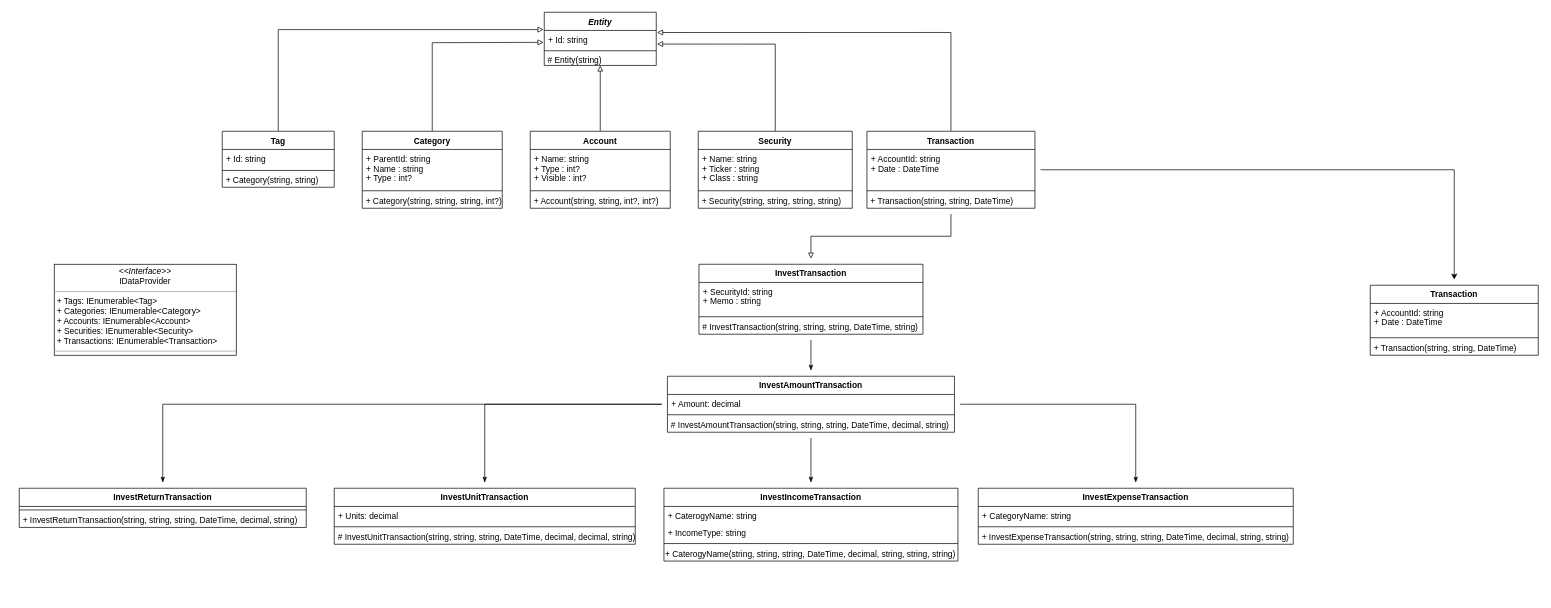
Above: Untitled Diagram.drawio in KovalevichArtjom/rovensys (draw.io), before the change. Source tidied: cells renumbered, new cells numbered last; positions are measured from the earlier drawing's top-left corner, leaving out a move shared by most shapes. Both pictures are drawn from the tidied source at 70%, with x=0, y=0 at pixel (19, 12).
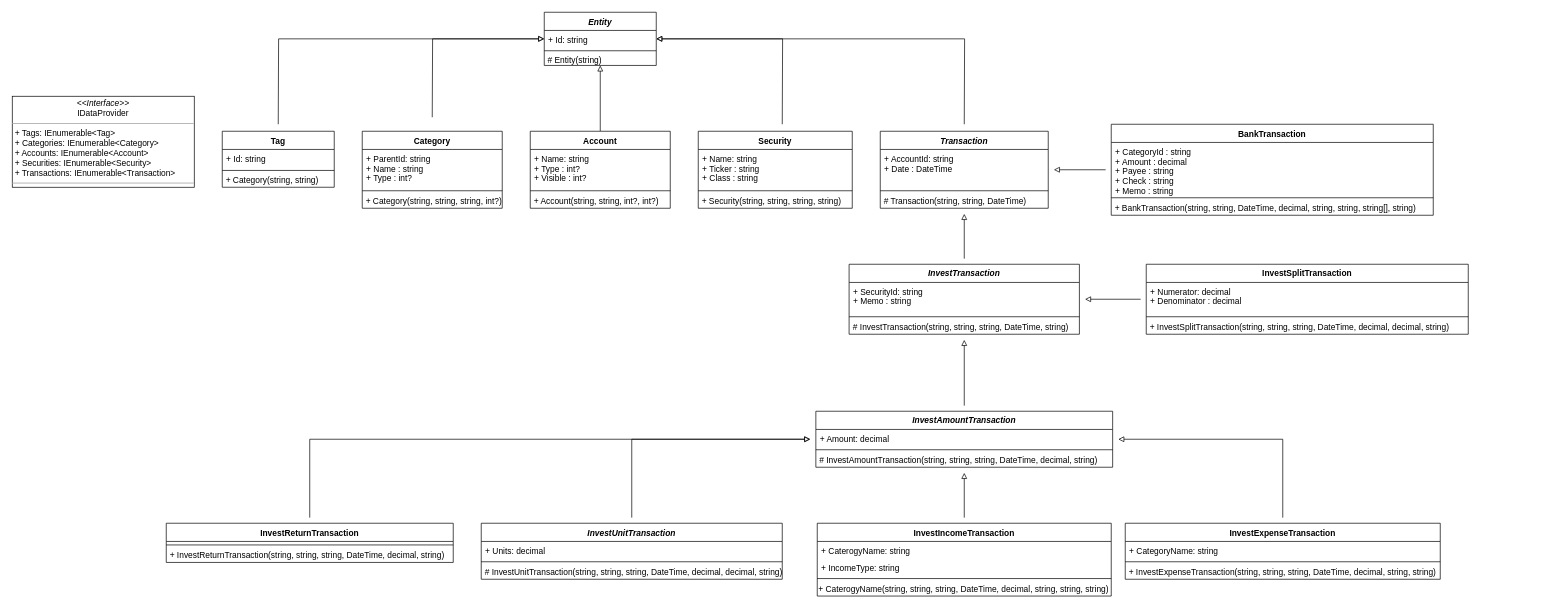
The same page after the edit.

Unchanged cells that the change refers to:
```xml
<mxCell id="8" value="+ Id: string" style="text;strokeColor=none;fillColor=none;align=left;verticalAlign=top;spacingLeft=4;spacingRight=4;overflow=hidden;points=[[0,0.5],[1,0.5]];portConstraint=eastwest;" parent="7" vertex="1">
  <mxGeometry y="26" width="160" height="24" as="geometry" />
</mxCell>
<mxCell id="11" value="Tag" style="swimlane;fontStyle=1;align=center;verticalAlign=top;horizontal=1;startSize=26;" parent="1" vertex="1">
  <mxGeometry x="290" y="170" width="160" height="80" as="geometry" />
</mxCell>
<mxCell id="15" value="Category" style="swimlane;fontStyle=1;align=center;verticalAlign=top;horizontal=1;startSize=26;" parent="1" vertex="1">
  <mxGeometry x="490" y="170" width="200" height="110" as="geometry" />
</mxCell>
<mxCell id="23" value="Security" style="swimlane;fontStyle=1;align=center;verticalAlign=top;horizontal=1;startSize=26;" parent="1" vertex="1">
  <mxGeometry x="970" y="170" width="220" height="110" as="geometry" />
</mxCell>
```

The edit, as a diff of the source:
```diff
@@
-    <mxCell id="2" style="edgeStyle=orthogonalEdgeStyle;rounded=0;jettySize=auto;html=1;endArrow=none;endFill=0;startArrow=block;startFill=0;exitX=-0.006;exitY=-0.05;exitDx=0;exitDy=0;exitPerimeter=0;" parent="1" edge="1" source="8" target="11">
-      <mxGeometry relative="1" as="geometry" />
-    </mxCell>
-    <mxCell id="3" style="edgeStyle=orthogonalEdgeStyle;rounded=0;jettySize=auto;html=1;endArrow=none;endFill=0;startArrow=block;startFill=0;" parent="1" edge="1" target="15">
-      <mxGeometry relative="1" as="geometry">
-        <mxPoint x="749" y="43" as="sourcePoint" />
-      </mxGeometry>
-    </mxCell>
@@
-    <mxCell id="5" style="edgeStyle=orthogonalEdgeStyle;rounded=0;jettySize=auto;html=1;entryX=0.5;entryY=0;entryDx=0;entryDy=0;exitX=1.007;exitY=0.812;exitDx=0;exitDy=0;exitPerimeter=0;endArrow=none;endFill=0;startArrow=block;startFill=0;" parent="1" edge="1" source="8" target="23">
-      <mxGeometry relative="1" as="geometry" />
-    </mxCell>
-    <mxCell id="6" style="edgeStyle=orthogonalEdgeStyle;rounded=0;jettySize=auto;html=1;entryX=0.5;entryY=0;entryDx=0;entryDy=0;exitX=1.007;exitY=0.122;exitDx=0;exitDy=0;exitPerimeter=0;endArrow=none;endFill=0;startArrow=block;startFill=0;" parent="1" edge="1" source="8" target="29">
-      <mxGeometry relative="1" as="geometry" />
-    </mxCell>
@@
-    <mxCell id="27" style="edgeStyle=orthogonalEdgeStyle;jettySize=auto;html=1;endArrow=block;sourcePerimeterSpacing=8;targetPerimeterSpacing=8;endFill=0;rounded=0;" parent="1" edge="1" source="29" target="35">
+    <mxCell id="27" style="edgeStyle=orthogonalEdgeStyle;jettySize=auto;html=1;endArrow=none;sourcePerimeterSpacing=8;targetPerimeterSpacing=8;endFill=0;rounded=0;startArrow=block;startFill=0;" parent="1" edge="1" source="29" target="35">
       <mxGeometry relative="1" as="geometry" />
     </mxCell>
-    <mxCell id="28" style="edgeStyle=orthogonalEdgeStyle;jettySize=auto;html=1;endArrow=classic;sourcePerimeterSpacing=8;targetPerimeterSpacing=8;endFill=1;strokeWidth=1;rounded=0;" parent="1" edge="1" source="29" target="39">
+    <mxCell id="28" style="edgeStyle=orthogonalEdgeStyle;jettySize=auto;html=1;endArrow=none;sourcePerimeterSpacing=8;targetPerimeterSpacing=8;endFill=0;strokeWidth=1;rounded=0;startArrow=block;startFill=0;" parent="1" edge="1" source="29" target="39">
       <mxGeometry relative="1" as="geometry" />
     </mxCell>
-    <mxCell id="29" value="Transaction" style="swimlane;fontStyle=1;align=center;verticalAlign=top;horizontal=1;startSize=26;" parent="1" vertex="1">
-      <mxGeometry x="1211" y="170" width="240" height="110" as="geometry" />
+    <mxCell id="29" value="Transaction" style="swimlane;fontStyle=3;align=center;verticalAlign=top;horizontal=1;startSize=26;" parent="1" vertex="1">
+      <mxGeometry x="1230" y="170" width="240" height="110" as="geometry" />
     </mxCell>
@@
-    <mxCell id="32" value="&lt;div align=&quot;left&quot;&gt;&amp;nbsp;+ Transaction(string, string, DateTime)&lt;/div&gt;" style="text;html=1;align=left;verticalAlign=middle;strokeColor=none;fillColor=none;" parent="29" vertex="1">
+    <mxCell id="32" value="&lt;div align=&quot;left&quot;&gt;&amp;nbsp;# Transaction(string, string, DateTime)&lt;/div&gt;" style="text;html=1;align=left;verticalAlign=middle;strokeColor=none;fillColor=none;" parent="29" vertex="1">
       <mxGeometry y="90" width="240" height="20" as="geometry" />
     </mxCell>
     <mxCell id="33" value="&lt;p style=&quot;margin: 0px ; margin-top: 4px ; text-align: center&quot;&gt;&lt;i&gt;&amp;lt;&amp;lt;Interface&amp;gt;&amp;gt;&lt;/i&gt;&lt;br&gt;IDataProvider&lt;/p&gt;&lt;hr size=&quot;1&quot;&gt;&lt;p style=&quot;margin: 0px ; margin-left: 4px&quot;&gt;+ Tags: IEnumerable&amp;lt;Tag&amp;gt;&lt;br&gt;+ Categories: IEnumerable&amp;lt;Category&amp;gt;&lt;br&gt;+ Accounts: IEnumerable&amp;lt;Account&amp;gt;&lt;br&gt;+ Securities: IEnumerable&amp;lt;Security&amp;gt;&lt;br&gt;+ Transactions: IEnumerable&amp;lt;Transaction&amp;gt;&lt;/p&gt;&lt;hr size=&quot;1&quot;&gt;" style="verticalAlign=top;align=left;overflow=fill;fontSize=12;fontFamily=Helvetica;html=1;hachureGap=4;" parent="1" vertex="1">
-      <mxGeometry x="50" y="360" width="260" height="130" as="geometry" />
+      <mxGeometry x="-10" y="120" width="260" height="130" as="geometry" />
     </mxCell>
-    <mxCell id="34" style="edgeStyle=orthogonalEdgeStyle;rounded=0;jettySize=auto;html=1;endArrow=classicThin;endFill=1;sourcePerimeterSpacing=8;targetPerimeterSpacing=8;strokeWidth=1;" parent="1" edge="1" source="35" target="47">
+    <mxCell id="34" style="edgeStyle=orthogonalEdgeStyle;rounded=0;jettySize=auto;html=1;endArrow=none;endFill=0;sourcePerimeterSpacing=8;targetPerimeterSpacing=8;strokeWidth=1;startArrow=block;startFill=0;" parent="1" edge="1" source="35" target="47">
       <mxGeometry relative="1" as="geometry" />
     </mxCell>
+    <mxCell id="67" style="edgeStyle=orthogonalEdgeStyle;rounded=0;jettySize=auto;html=1;startArrow=block;startFill=0;endArrow=none;endFill=0;sourcePerimeterSpacing=8;targetPerimeterSpacing=8;strokeWidth=1;" parent="1" edge="1" source="35" target="68">
+      <mxGeometry relative="1" as="geometry" />
+    </mxCell>
-    <mxCell id="35" value="InvestTransaction" style="swimlane;fontStyle=1;align=center;verticalAlign=top;horizontal=1;startSize=26;" parent="1" vertex="1">
-      <mxGeometry x="971" y="360" width="320" height="100" as="geometry" />
+    <mxCell id="35" value="InvestTransaction" style="swimlane;fontStyle=3;align=center;verticalAlign=top;horizontal=1;startSize=26;" parent="1" vertex="1">
+      <mxGeometry x="1185.5" y="360" width="329" height="100" as="geometry" />
     </mxCell>
     <mxCell id="36" value="+ SecurityId: string&#10;+ Memo : string" style="text;strokeColor=none;fillColor=none;align=left;verticalAlign=top;spacingLeft=4;spacingRight=4;overflow=hidden;" parent="35" vertex="1">
-      <mxGeometry y="26" width="320" height="44" as="geometry" />
+      <mxGeometry y="26" width="329" height="44" as="geometry" />
     </mxCell>
     <mxCell id="37" style="line;strokeWidth=1;fillColor=none;align=left;verticalAlign=middle;spacingTop=-1;spacingLeft=3;spacingRight=3;labelPosition=right;" parent="35" vertex="1">
-      <mxGeometry y="70" width="320" height="10" as="geometry" />
+      <mxGeometry y="70" width="329" height="10" as="geometry" />
     </mxCell>
     <mxCell id="38" value="&lt;div align=&quot;left&quot;&gt;&amp;nbsp;# InvestTransaction(string, string, string, DateTime, string)&lt;/div&gt;" style="text;html=1;align=left;verticalAlign=middle;strokeColor=none;fillColor=none;" parent="35" vertex="1">
-      <mxGeometry y="80" width="320" height="20" as="geometry" />
+      <mxGeometry y="80" width="329" height="20" as="geometry" />
     </mxCell>
-    <mxCell id="39" value="Transaction" style="swimlane;fontStyle=1;align=center;verticalAlign=top;horizontal=1;startSize=26;" parent="1" vertex="1">
-      <mxGeometry x="1930" y="390" width="240" height="100" as="geometry" />
+    <mxCell id="39" value="BankTransaction" style="swimlane;fontStyle=1;align=center;verticalAlign=top;horizontal=1;startSize=26;" parent="1" vertex="1">
+      <mxGeometry x="1560" y="160" width="460" height="130" as="geometry" />
     </mxCell>
-    <mxCell id="40" value="+ AccountId: string&#10;+ Date : DateTime" style="text;strokeColor=none;fillColor=none;align=left;verticalAlign=top;spacingLeft=4;spacingRight=4;overflow=hidden;" parent="39" vertex="1">
-      <mxGeometry y="26" width="240" height="44" as="geometry" />
+    <mxCell id="40" value="+ CategoryId : string&#10;+ Amount : decimal&#10;+ Payee : string&#10;+ Check : string&#10;+ Memo : string&#10;" style="text;strokeColor=none;fillColor=none;align=left;verticalAlign=top;spacingLeft=4;spacingRight=4;overflow=hidden;" parent="39" vertex="1">
+      <mxGeometry y="26" width="460" height="74" as="geometry" />
     </mxCell>
     <mxCell id="41" style="line;strokeWidth=1;fillColor=none;align=left;verticalAlign=middle;spacingTop=-1;spacingLeft=3;spacingRight=3;labelPosition=right;" parent="39" vertex="1">
-      <mxGeometry y="70" width="240" height="10" as="geometry" />
+      <mxGeometry y="100" width="460" height="10" as="geometry" />
     </mxCell>
-    <mxCell id="42" value="&lt;div align=&quot;left&quot;&gt;&amp;nbsp;+ Transaction(string, string, DateTime)&lt;/div&gt;" style="text;html=1;align=left;verticalAlign=middle;strokeColor=none;fillColor=none;" parent="39" vertex="1">
-      <mxGeometry y="80" width="240" height="20" as="geometry" />
+    <mxCell id="42" value="&lt;div align=&quot;left&quot;&gt;&amp;nbsp;+ BankTransaction(string, string, DateTime, decimal, string, string, string[], string)&lt;/div&gt;" style="text;html=1;align=left;verticalAlign=middle;strokeColor=none;fillColor=none;" parent="39" vertex="1">
+      <mxGeometry y="110" width="460" height="20" as="geometry" />
     </mxCell>
-    <mxCell id="43" style="edgeStyle=orthogonalEdgeStyle;rounded=0;jettySize=auto;html=1;endArrow=classicThin;endFill=1;sourcePerimeterSpacing=8;targetPerimeterSpacing=8;strokeWidth=1;" parent="1" edge="1" source="47" target="51">
+    <mxCell id="43" style="edgeStyle=orthogonalEdgeStyle;rounded=0;jettySize=auto;html=1;endArrow=none;endFill=0;sourcePerimeterSpacing=8;targetPerimeterSpacing=8;strokeWidth=1;startArrow=block;startFill=0;" parent="1" edge="1" source="47" target="51">
       <mxGeometry relative="1" as="geometry" />
     </mxCell>
-    <mxCell id="44" style="edgeStyle=orthogonalEdgeStyle;rounded=0;jettySize=auto;html=1;endArrow=classicThin;endFill=1;sourcePerimeterSpacing=8;targetPerimeterSpacing=8;strokeWidth=1;" parent="1" edge="1" source="47" target="55">
+    <mxCell id="44" style="edgeStyle=orthogonalEdgeStyle;rounded=0;jettySize=auto;html=1;endArrow=none;endFill=0;sourcePerimeterSpacing=8;targetPerimeterSpacing=8;strokeWidth=1;startArrow=block;startFill=0;" parent="1" edge="1" source="47" target="55">
       <mxGeometry relative="1" as="geometry" />
     </mxCell>
-    <mxCell id="45" style="edgeStyle=orthogonalEdgeStyle;rounded=0;jettySize=auto;html=1;endArrow=classicThin;endFill=1;sourcePerimeterSpacing=8;targetPerimeterSpacing=8;strokeWidth=1;" parent="1" edge="1" source="47" target="60">
+    <mxCell id="45" style="edgeStyle=orthogonalEdgeStyle;rounded=0;jettySize=auto;html=1;endArrow=none;endFill=0;sourcePerimeterSpacing=8;targetPerimeterSpacing=8;strokeWidth=1;startArrow=block;startFill=0;" parent="1" edge="1" source="47" target="60">
       <mxGeometry relative="1" as="geometry" />
     </mxCell>
-    <mxCell id="46" style="edgeStyle=orthogonalEdgeStyle;rounded=0;jettySize=auto;html=1;endArrow=classicThin;endFill=1;sourcePerimeterSpacing=8;targetPerimeterSpacing=8;strokeWidth=1;" parent="1" edge="1" source="47" target="64">
+    <mxCell id="46" style="edgeStyle=orthogonalEdgeStyle;rounded=0;jettySize=auto;html=1;endArrow=none;endFill=0;sourcePerimeterSpacing=8;targetPerimeterSpacing=8;strokeWidth=1;startArrow=block;startFill=0;" parent="1" edge="1" source="47" target="64">
       <mxGeometry relative="1" as="geometry" />
     </mxCell>
-    <mxCell id="47" value="InvestAmountTransaction" style="swimlane;fontStyle=1;align=center;verticalAlign=top;horizontal=1;startSize=26;" parent="1" vertex="1">
-      <mxGeometry x="926" y="520" width="410" height="80" as="geometry" />
+    <mxCell id="47" value="InvestAmountTransaction" style="swimlane;fontStyle=3;align=center;verticalAlign=top;horizontal=1;startSize=26;" parent="1" vertex="1">
+      <mxGeometry x="1138" y="570" width="424" height="80" as="geometry" />
     </mxCell>
     <mxCell id="48" value="+ Amount: decimal" style="text;strokeColor=none;fillColor=none;align=left;verticalAlign=top;spacingLeft=4;spacingRight=4;overflow=hidden;" parent="47" vertex="1">
-      <mxGeometry y="26" width="410" height="24" as="geometry" />
+      <mxGeometry y="26" width="424" height="24" as="geometry" />
     </mxCell>
     <mxCell id="49" style="line;strokeWidth=1;fillColor=none;align=left;verticalAlign=middle;spacingTop=-1;spacingLeft=3;spacingRight=3;labelPosition=right;" parent="47" vertex="1">
-      <mxGeometry y="50" width="410" height="10" as="geometry" />
+      <mxGeometry y="50" width="424" height="10" as="geometry" />
     </mxCell>
     <mxCell id="50" value="&lt;div align=&quot;left&quot;&gt;&amp;nbsp;# InvestAmountTransaction(string, string, string, DateTime, decimal, string)&lt;/div&gt;" style="text;html=1;align=left;verticalAlign=middle;strokeColor=none;fillColor=none;" parent="47" vertex="1">
-      <mxGeometry y="60" width="410" height="20" as="geometry" />
+      <mxGeometry y="60" width="424" height="20" as="geometry" />
     </mxCell>
-    <mxCell id="51" value="InvestUnitTransaction" style="swimlane;fontStyle=1;align=center;verticalAlign=top;horizontal=1;startSize=26;" parent="1" vertex="1">
-      <mxGeometry x="450" y="680" width="430" height="80" as="geometry" />
+    <mxCell id="51" value="InvestUnitTransaction" style="swimlane;fontStyle=3;align=center;verticalAlign=top;horizontal=1;startSize=26;" parent="1" vertex="1">
+      <mxGeometry x="660" y="730" width="430" height="80" as="geometry" />
     </mxCell>
@@
     <mxCell id="55" value="InvestIncomeTransaction" style="swimlane;fontStyle=1;align=center;verticalAlign=top;horizontal=1;startSize=26;" parent="1" vertex="1">
-      <mxGeometry x="921" y="680" width="420" height="104" as="geometry" />
+      <mxGeometry x="1140" y="730" width="420" height="104" as="geometry" />
     </mxCell>
@@
     <mxCell id="60" value="InvestExpenseTransaction" style="swimlane;fontStyle=1;align=center;verticalAlign=top;horizontal=1;startSize=26;" parent="1" vertex="1">
-      <mxGeometry x="1370" y="680" width="450" height="80" as="geometry" />
+      <mxGeometry x="1580" y="730" width="450" height="80" as="geometry" />
     </mxCell>
@@
     <mxCell id="64" value="InvestReturnTransaction" style="swimlane;fontStyle=1;align=center;verticalAlign=top;horizontal=1;startSize=26;" parent="1" vertex="1">
-      <mxGeometry y="680" width="410" height="56" as="geometry" />
+      <mxGeometry x="210" y="730" width="410" height="56" as="geometry" />
     </mxCell>
@@
+    <mxCell id="68" value="InvestSplitTransaction" style="swimlane;fontStyle=1;align=center;verticalAlign=top;horizontal=1;startSize=26;" parent="1" vertex="1">
+      <mxGeometry x="1610" y="360" width="460" height="100" as="geometry" />
+    </mxCell>
+    <mxCell id="69" value="+ Numerator: decimal&#10;+ Denominator : decimal" style="text;strokeColor=none;fillColor=none;align=left;verticalAlign=top;spacingLeft=4;spacingRight=4;overflow=hidden;" parent="68" vertex="1">
+      <mxGeometry y="26" width="460" height="44" as="geometry" />
+    </mxCell>
+    <mxCell id="70" style="line;strokeWidth=1;fillColor=none;align=left;verticalAlign=middle;spacingTop=-1;spacingLeft=3;spacingRight=3;labelPosition=right;" parent="68" vertex="1">
+      <mxGeometry y="70" width="460" height="10" as="geometry" />
+    </mxCell>
+    <mxCell id="71" value="&lt;div align=&quot;left&quot;&gt;&amp;nbsp;+ InvestSplitTransaction(string, string, string, DateTime, decimal, decimal, string)&lt;/div&gt;" style="text;html=1;align=left;verticalAlign=middle;strokeColor=none;fillColor=none;" parent="68" vertex="1">
+      <mxGeometry y="80" width="460" height="20" as="geometry" />
+    </mxCell>
+    <mxCell id="72" style="edgeStyle=orthogonalEdgeStyle;rounded=0;jettySize=auto;html=1;exitX=1;exitY=0.5;exitDx=0;exitDy=0;startArrow=block;startFill=0;endArrow=none;endFill=0;sourcePerimeterSpacing=8;targetPerimeterSpacing=8;strokeWidth=1;" parent="1" edge="1" source="8">
+      <mxGeometry relative="1" as="geometry">
+        <mxPoint x="1090" y="160" as="targetPoint" />
+      </mxGeometry>
+    </mxCell>
+    <mxCell id="73" style="edgeStyle=orthogonalEdgeStyle;rounded=0;jettySize=auto;html=1;exitX=1;exitY=0.5;exitDx=0;exitDy=0;startArrow=block;startFill=0;endArrow=none;endFill=0;sourcePerimeterSpacing=8;targetPerimeterSpacing=8;strokeWidth=1;" parent="1" edge="1" source="8">
+      <mxGeometry relative="1" as="geometry">
+        <mxPoint x="1350" y="160" as="targetPoint" />
+      </mxGeometry>
+    </mxCell>
+    <mxCell id="74" style="edgeStyle=orthogonalEdgeStyle;rounded=0;jettySize=auto;html=1;exitX=0;exitY=0.5;exitDx=0;exitDy=0;startArrow=block;startFill=0;endArrow=none;endFill=0;sourcePerimeterSpacing=8;targetPerimeterSpacing=8;strokeWidth=1;" parent="1" edge="1" source="8">
+      <mxGeometry relative="1" as="geometry">
+        <mxPoint x="590" y="150" as="targetPoint" />
+      </mxGeometry>
+    </mxCell>
+    <mxCell id="75" style="edgeStyle=orthogonalEdgeStyle;rounded=0;jettySize=auto;html=1;exitX=0;exitY=0.5;exitDx=0;exitDy=0;startArrow=block;startFill=0;endArrow=none;endFill=0;sourcePerimeterSpacing=8;targetPerimeterSpacing=8;strokeWidth=1;" parent="1" edge="1" source="8">
+      <mxGeometry relative="1" as="geometry">
+        <mxPoint x="370" y="160" as="targetPoint" />
+      </mxGeometry>
+    </mxCell>
```
